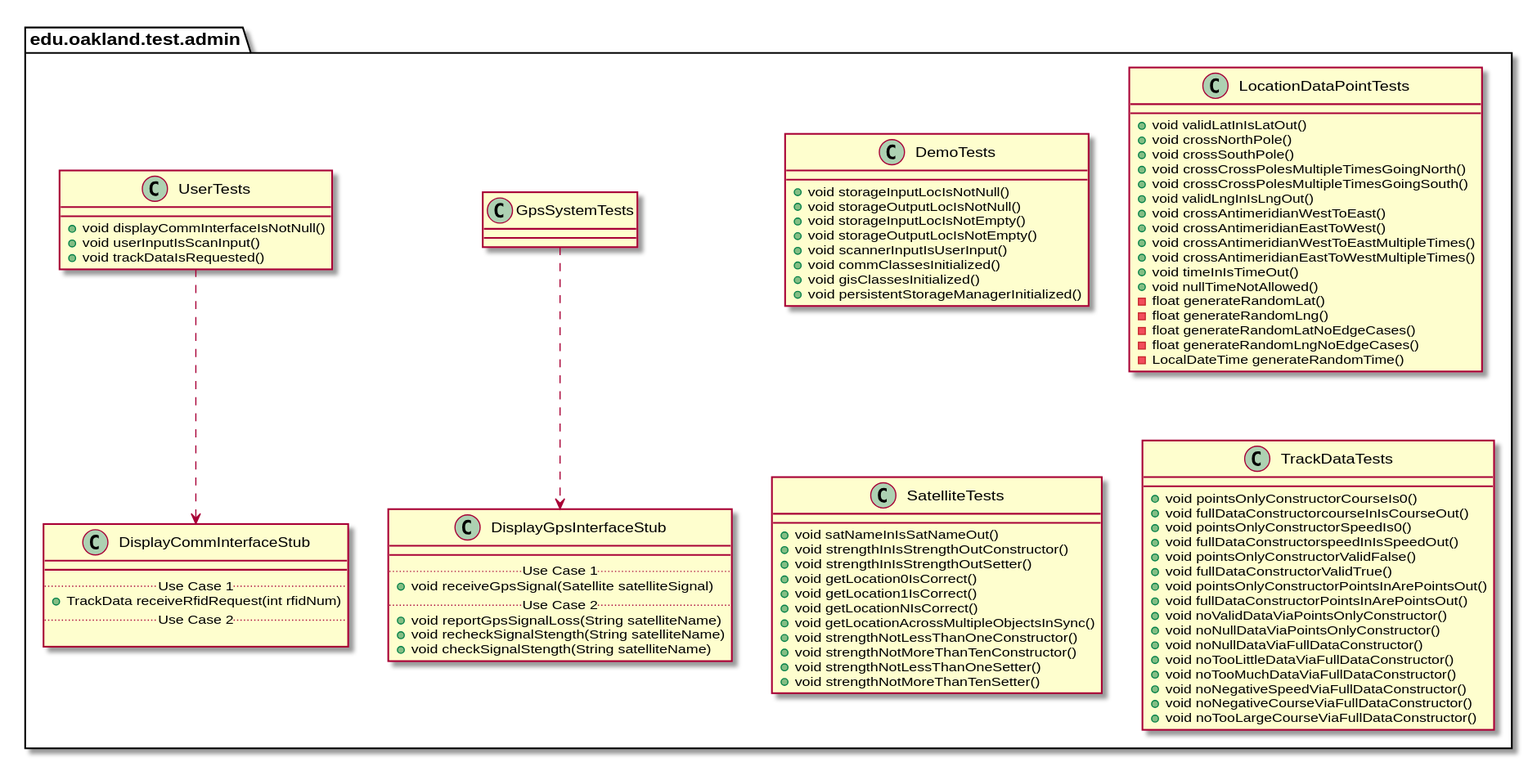
Before: docs/uml-class-diagrams/admin/test/AdminTestPackage_InternalDependencies.svg, a diagram exported from PlantUML (casher-ou/csi-3370-software-project).
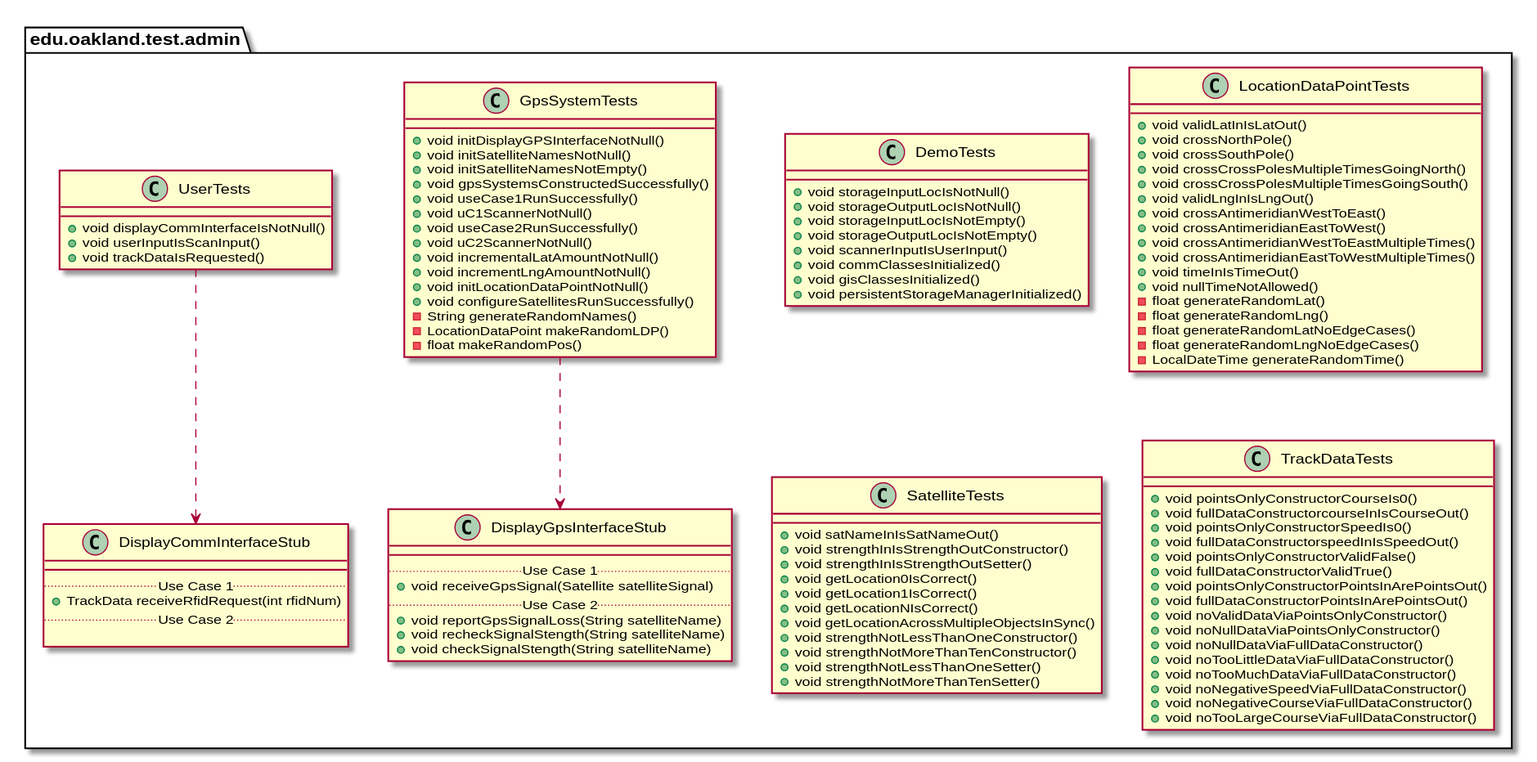
Above is the later version.

Diff of the diagram source:
```diff
@@ -21,7 +21,21 @@
 
 package edu.oakland.test.admin {
     class GpsSystemTests {
-
+        + void initDisplayGPSInterfaceNotNull()
+        + void initSatelliteNamesNotNull()
+        + void initSatelliteNamesNotEmpty()
+        + void gpsSystemsConstructedSuccessfully()
+        + void useCase1RunSuccessfully()
+        + void uC1ScannerNotNull()
+        + void useCase2RunSuccessfully()
+        + void uC2ScannerNotNull()
+        + void incrementalLatAmountNotNull()
+        + void incrementLngAmountNotNull()
+        + void initLocationDataPointNotNull()
+        + void configureSatellitesRunSuccessfully()
+        - String generateRandomNames()
+        - LocationDataPoint makeRandomLDP()
+        - float makeRandomPos()
     }
 }
 
```
